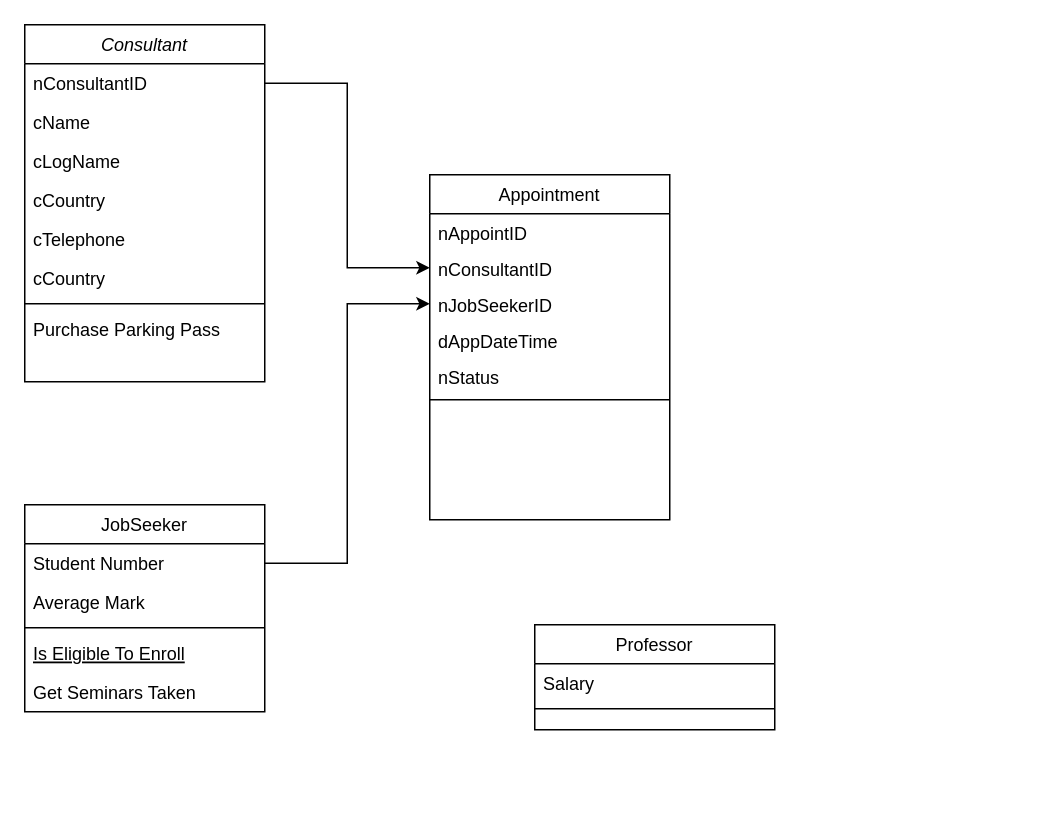
This is Untitled Diagram.drawio from danujaysl/CourseworkADPRG, a draw.io file, before an edit. Source tidied: cells renumbered, new cells numbered last; positions are measured from the earlier drawing's top-left corner, leaving out a move shared by most shapes. Both pictures are drawn from the tidied source at 150%, with x=0, y=0 at pixel (24, 24).
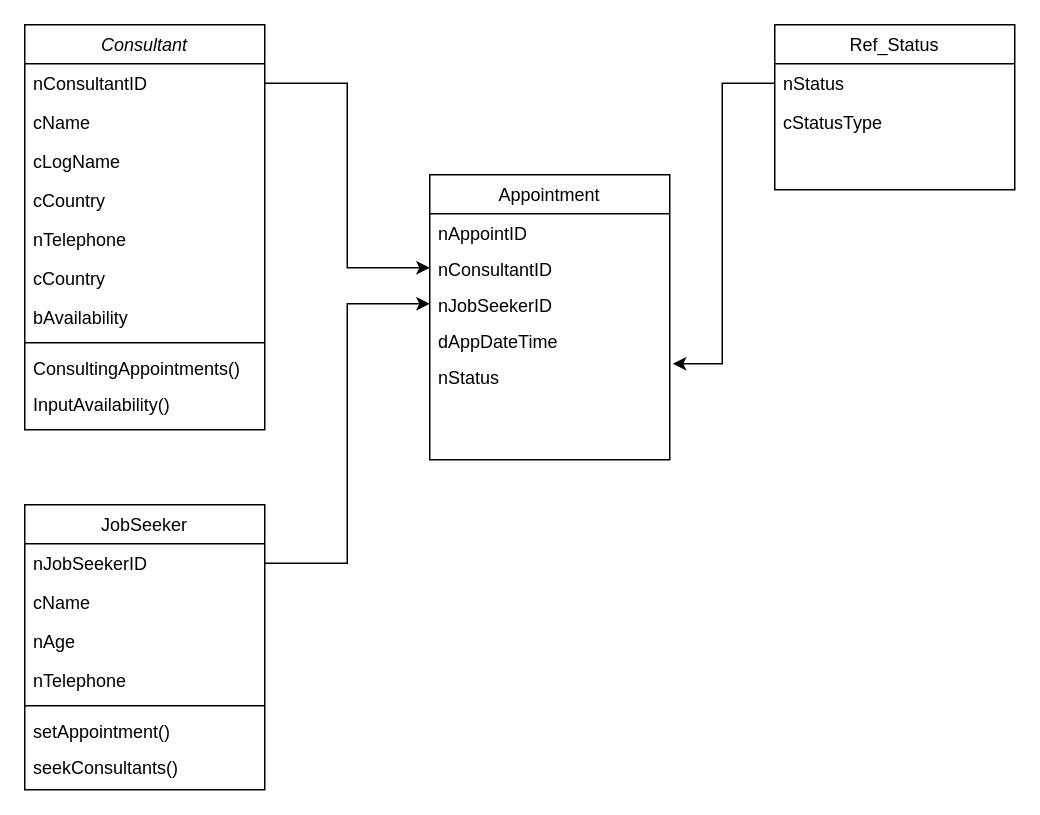
After the change.

Unchanged cells that the change refers to:
```xml
<mxCell id="25" value="nStatus" style="text;align=left;verticalAlign=top;spacingLeft=4;spacingRight=4;overflow=hidden;points=[[0,0.5],[1,0.5]];portConstraint=eastwest;" parent="20" vertex="1">
  <mxGeometry y="122" width="160" height="24" as="geometry" />
</mxCell>
```

The edit, as a diff of the source:
```diff
@@
     <mxCell id="2" value="Consultant&#10;" style="swimlane;fontStyle=2;align=center;verticalAlign=top;horizontal=1;startSize=26;rounded=0;shadow=0;strokeWidth=1;" parent="1" vertex="1">
-      <mxGeometry width="160" height="238" as="geometry" />
+      <mxGeometry width="160" height="270" as="geometry" />
     </mxCell>
@@
-    <mxCell id="7" value="cTelephone" style="text;align=left;verticalAlign=top;spacingLeft=4;spacingRight=4;overflow=hidden;rounded=0;shadow=0;html=0;" parent="2" vertex="1">
+    <mxCell id="7" value="nTelephone" style="text;align=left;verticalAlign=top;spacingLeft=4;spacingRight=4;overflow=hidden;rounded=0;shadow=0;html=0;" parent="2" vertex="1">
       <mxGeometry y="130" width="160" height="26" as="geometry" />
     </mxCell>
@@
+    <mxCell id="29" value="bAvailability" style="text;align=left;verticalAlign=top;spacingLeft=4;spacingRight=4;overflow=hidden;rounded=0;shadow=0;html=0;" parent="2" vertex="1">
+      <mxGeometry y="182" width="160" height="26" as="geometry" />
+    </mxCell>
     <mxCell id="9" style="line;html=1;strokeWidth=1;align=left;verticalAlign=middle;spacingTop=-1;spacingLeft=3;spacingRight=3;labelPosition=right;" parent="2" vertex="1">
-      <mxGeometry y="182" width="160" height="8" as="geometry" />
+      <mxGeometry y="208" width="160" height="8" as="geometry" />
     </mxCell>
-    <mxCell id="10" value="Purchase Parking Pass" style="text;align=left;verticalAlign=top;spacingLeft=4;spacingRight=4;overflow=hidden;" parent="2" vertex="1">
-      <mxGeometry y="190" width="160" height="48" as="geometry" />
+    <mxCell id="10" value="ConsultingAppointments()" style="text;align=left;verticalAlign=top;spacingLeft=4;spacingRight=4;overflow=hidden;" parent="2" vertex="1">
+      <mxGeometry y="216" width="160" height="24" as="geometry" />
     </mxCell>
+    <mxCell id="30" value="InputAvailability()" style="text;align=left;verticalAlign=top;spacingLeft=4;spacingRight=4;overflow=hidden;" parent="2" vertex="1">
+      <mxGeometry y="240" width="160" height="24" as="geometry" />
+    </mxCell>
     <mxCell id="11" value="JobSeeker&#10;" style="swimlane;fontStyle=0;align=center;verticalAlign=top;horizontal=1;startSize=26;rounded=0;shadow=0;strokeWidth=1;" parent="1" vertex="1">
-      <mxGeometry y="320" width="160" height="138" as="geometry" />
+      <mxGeometry y="320" width="160" height="190" as="geometry" />
     </mxCell>
-    <mxCell id="12" value="Student Number" style="text;align=left;verticalAlign=top;spacingLeft=4;spacingRight=4;overflow=hidden;points=[[0,0.5],[1,0.5]];portConstraint=eastwest;" parent="11" vertex="1">
+    <mxCell id="12" value="nJobSeekerID   " style="text;align=left;verticalAlign=top;spacingLeft=4;spacingRight=4;overflow=hidden;points=[[0,0.5],[1,0.5]];portConstraint=eastwest;" parent="11" vertex="1">
       <mxGeometry y="26" width="160" height="26" as="geometry" />
     </mxCell>
+    <mxCell id="31" value="cName" style="text;align=left;verticalAlign=top;spacingLeft=4;spacingRight=4;overflow=hidden;" parent="11" vertex="1">
+      <mxGeometry y="52" width="160" height="26" as="geometry" />
+    </mxCell>
-    <mxCell id="13" value="Average Mark" style="text;align=left;verticalAlign=top;spacingLeft=4;spacingRight=4;overflow=hidden;rounded=0;shadow=0;html=0;" parent="11" vertex="1">
-      <mxGeometry y="52" width="160" height="26" as="geometry" />
+    <mxCell id="13" value="nAge" style="text;align=left;verticalAlign=top;spacingLeft=4;spacingRight=4;overflow=hidden;rounded=0;shadow=0;html=0;" parent="11" vertex="1">
+      <mxGeometry y="78" width="160" height="26" as="geometry" />
     </mxCell>
+    <mxCell id="32" value="nTelephone" style="text;align=left;verticalAlign=top;spacingLeft=4;spacingRight=4;overflow=hidden;rounded=0;shadow=0;html=0;" parent="11" vertex="1">
+      <mxGeometry y="104" width="160" height="26" as="geometry" />
+    </mxCell>
     <mxCell id="14" style="line;html=1;strokeWidth=1;align=left;verticalAlign=middle;spacingTop=-1;spacingLeft=3;spacingRight=3;labelPosition=right;" parent="11" vertex="1">
-      <mxGeometry y="78" width="160" height="8" as="geometry" />
+      <mxGeometry y="130" width="160" height="8" as="geometry" />
     </mxCell>
-    <mxCell id="15" value="Is Eligible To Enroll" style="text;align=left;verticalAlign=top;spacingLeft=4;spacingRight=4;overflow=hidden;fontStyle=4;" parent="11" vertex="1">
-      <mxGeometry y="86" width="160" height="26" as="geometry" />
-    </mxCell>
-    <mxCell id="16" value="Get Seminars Taken" style="text;align=left;verticalAlign=top;spacingLeft=4;spacingRight=4;overflow=hidden;" parent="11" vertex="1">
-      <mxGeometry y="112" width="160" height="26" as="geometry" />
-    </mxCell>
+    <mxCell id="33" value="setAppointment()" style="text;align=left;verticalAlign=top;spacingLeft=4;spacingRight=4;overflow=hidden;" parent="11" vertex="1">
+      <mxGeometry y="138" width="160" height="24" as="geometry" />
+    </mxCell>
+    <mxCell id="34" value="seekConsultants()" style="text;align=left;verticalAlign=top;spacingLeft=4;spacingRight=4;overflow=hidden;" parent="11" vertex="1">
+      <mxGeometry y="162" width="160" height="24" as="geometry" />
+    </mxCell>
-    <mxCell id="17" value="Professor" style="swimlane;fontStyle=0;align=center;verticalAlign=top;horizontal=1;startSize=26;rounded=0;shadow=0;strokeWidth=1;" parent="1" vertex="1">
-      <mxGeometry x="340" y="400" width="160" height="70" as="geometry" />
+    <mxCell id="17" value="Ref_Status" style="swimlane;fontStyle=0;align=center;verticalAlign=top;horizontal=1;startSize=26;rounded=0;shadow=0;strokeWidth=1;" parent="1" vertex="1">
+      <mxGeometry x="500" width="160" height="110" as="geometry" />
     </mxCell>
-    <mxCell id="18" value="Salary" style="text;align=left;verticalAlign=top;spacingLeft=4;spacingRight=4;overflow=hidden;points=[[0,0.5],[1,0.5]];portConstraint=eastwest;" parent="17" vertex="1">
+    <mxCell id="18" value="nStatus" style="text;align=left;verticalAlign=top;spacingLeft=4;spacingRight=4;overflow=hidden;points=[[0,0.5],[1,0.5]];portConstraint=eastwest;" parent="17" vertex="1">
       <mxGeometry y="26" width="160" height="26" as="geometry" />
     </mxCell>
-    <mxCell id="19" style="line;html=1;strokeWidth=1;align=left;verticalAlign=middle;spacingTop=-1;spacingLeft=3;spacingRight=3;labelPosition=right;" parent="17" vertex="1">
-      <mxGeometry y="52" width="160" height="8" as="geometry" />
-    </mxCell>
+    <mxCell id="35" value="cStatusType" style="text;align=left;verticalAlign=top;spacingLeft=4;spacingRight=4;overflow=hidden;" parent="17" vertex="1">
+      <mxGeometry y="52" width="160" height="26" as="geometry" />
+    </mxCell>
     <mxCell id="20" value="Appointment&#10;" style="swimlane;fontStyle=0;align=center;verticalAlign=top;horizontal=1;startSize=26;rounded=0;shadow=0;strokeWidth=1;" parent="1" vertex="1">
-      <mxGeometry x="270" y="100" width="160" height="230" as="geometry" />
+      <mxGeometry x="270" y="100" width="160" height="190" as="geometry" />
     </mxCell>
@@
-    <mxCell id="26" style="line;html=1;strokeWidth=1;align=left;verticalAlign=middle;spacingTop=-1;spacingLeft=3;spacingRight=3;labelPosition=right;" parent="20" vertex="1">
-      <mxGeometry y="146" width="160" height="8" as="geometry" />
-    </mxCell>
@@
+    <mxCell id="36" style="edgeStyle=orthogonalEdgeStyle;rounded=0;jettySize=auto;html=1;entryX=1.013;entryY=0.167;entryDx=0;entryDy=0;entryPerimeter=0;" parent="1" edge="1" source="18" target="25">
+      <mxGeometry relative="1" as="geometry" />
+    </mxCell>
```
